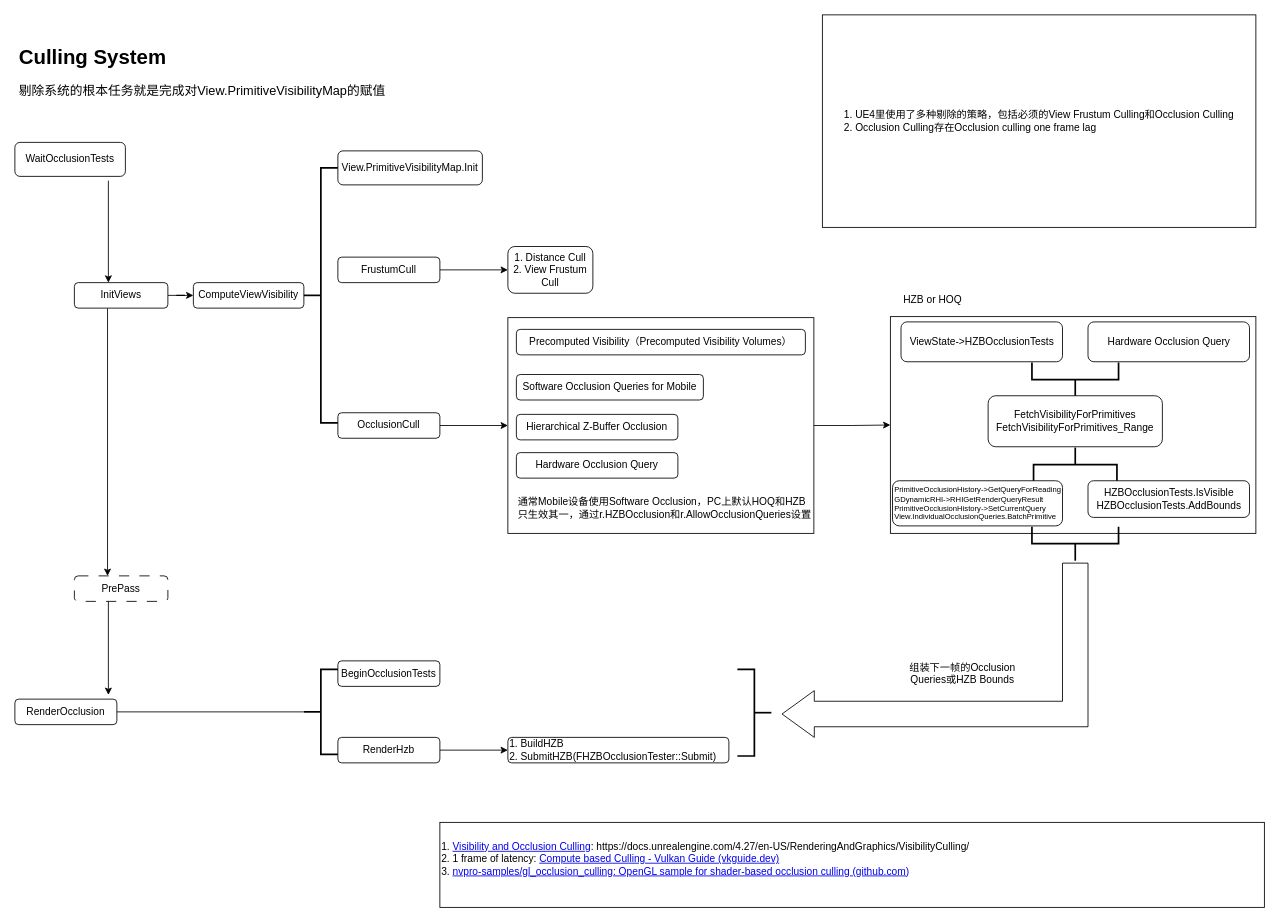
Before: CullingSystem.drawio in cedarz/UE4Gram, a draw.io diagram. Source tidied: cells renumbered, new cells numbered last; positions are measured from the earlier drawing's top-left corner, leaving out a move shared by most shapes. Both pictures are drawn from the tidied source at 85%, with x=0, y=0 at pixel (14, 14).
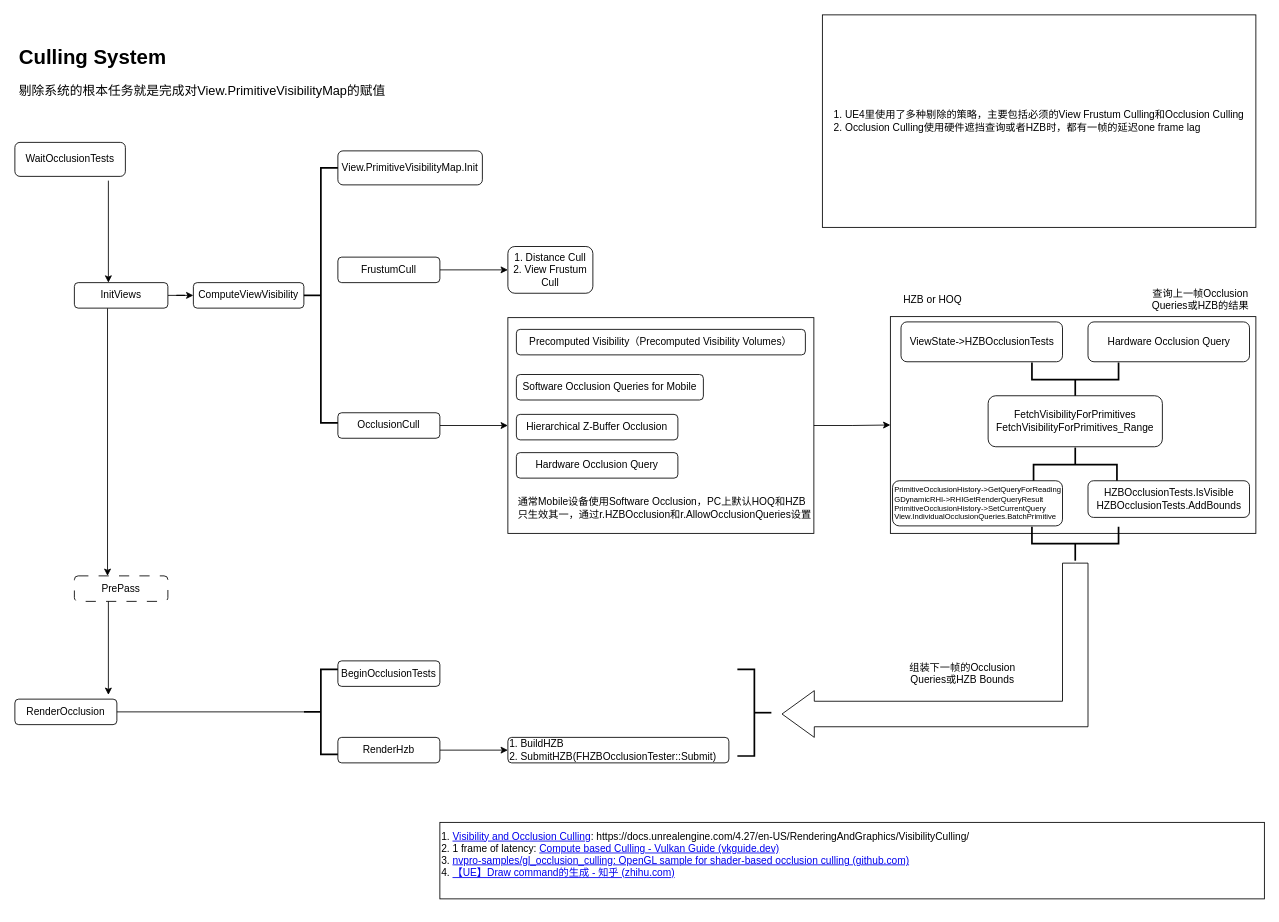
The same diagram, later.

Change to the diagram source:
```diff
@@
-    <mxCell id="45" value="1. UE4里使用了多种剔除的策略，包括必须的View Frustum Culling和Occlusion Culling&lt;br&gt;&lt;div style=&quot;text-align: left;&quot;&gt;&lt;span style=&quot;background-color: initial;&quot;&gt;2. Occlusion Culling存在&lt;/span&gt;&lt;span style=&quot;background-color: initial;&quot;&gt;Occlusion culling one frame lag&lt;/span&gt;&lt;/div&gt;" style="rounded=0;whiteSpace=wrap;html=1;" parent="1" vertex="1">
+    <mxCell id="45" value="1. UE4里使用了多种剔除的策略，主要包括必须的View Frustum Culling和Occlusion Culling&lt;br&gt;&lt;div style=&quot;text-align: left;&quot;&gt;&lt;span style=&quot;background-color: initial;&quot;&gt;2. Occlusion Culling使用硬件遮挡查询或者HZB时，都有一帧的延迟&lt;/span&gt;&lt;span style=&quot;background-color: initial;&quot;&gt;one frame lag&lt;/span&gt;&lt;/div&gt;" style="rounded=0;whiteSpace=wrap;html=1;" parent="1" vertex="1">
       <mxGeometry x="950" width="510" height="250" as="geometry" />
     </mxCell>
-    <mxCell id="46" value="1.&amp;nbsp;&lt;a href=&quot;https://docs.unrealengine.com/4.27/en-US/RenderingAndGraphics/VisibilityCulling/&quot;&gt;Visibility and Occlusion Culling&lt;/a&gt;: https://docs.unrealengine.com/4.27/en-US/RenderingAndGraphics/VisibilityCulling/&lt;br&gt;2.&amp;nbsp;1 frame of latency:&amp;nbsp;&lt;a href=&quot;https://vkguide.dev/docs/gpudriven/compute_culling/&quot;&gt;Compute based Culling - Vulkan Guide (vkguide.dev)&lt;/a&gt;&lt;br&gt;3.&amp;nbsp;&lt;a href=&quot;https://github.com/nvpro-samples/gl_occlusion_culling&quot;&gt;nvpro-samples/gl_occlusion_culling: OpenGL sample for shader-based occlusion culling (github.com)&lt;/a&gt;&lt;br&gt;&amp;nbsp;" style="rounded=0;whiteSpace=wrap;html=1;align=left;" parent="1" vertex="1">
-      <mxGeometry x="500" y="950" width="970" height="100" as="geometry" />
+    <mxCell id="46" value="1.&amp;nbsp;&lt;a href=&quot;https://docs.unrealengine.com/4.27/en-US/RenderingAndGraphics/VisibilityCulling/&quot;&gt;Visibility and Occlusion Culling&lt;/a&gt;: https://docs.unrealengine.com/4.27/en-US/RenderingAndGraphics/VisibilityCulling/&lt;br&gt;2.&amp;nbsp;1 frame of latency:&amp;nbsp;&lt;a href=&quot;https://vkguide.dev/docs/gpudriven/compute_culling/&quot;&gt;Compute based Culling - Vulkan Guide (vkguide.dev)&lt;/a&gt;&lt;br&gt;3.&amp;nbsp;&lt;a href=&quot;https://github.com/nvpro-samples/gl_occlusion_culling&quot;&gt;nvpro-samples/gl_occlusion_culling: OpenGL sample for shader-based occlusion culling (github.com)&lt;/a&gt;&lt;br&gt;4.&amp;nbsp;&lt;a href=&quot;https://zhuanlan.zhihu.com/p/566148805&quot;&gt;【UE】Draw command的生成 - 知乎 (zhihu.com)&lt;/a&gt;&lt;br&gt;&amp;nbsp;" style="rounded=0;whiteSpace=wrap;html=1;align=left;" parent="1" vertex="1">
+      <mxGeometry x="500" y="950" width="970" height="90" as="geometry" />
     </mxCell>
+    <mxCell id="47" value="查询上一帧Occlusion Queries或HZB的结果" style="text;html=1;strokeColor=none;fillColor=none;align=center;verticalAlign=middle;whiteSpace=wrap;rounded=0;" parent="1" vertex="1">
+      <mxGeometry x="1330" y="315" width="130" height="40" as="geometry" />
+    </mxCell>
```
